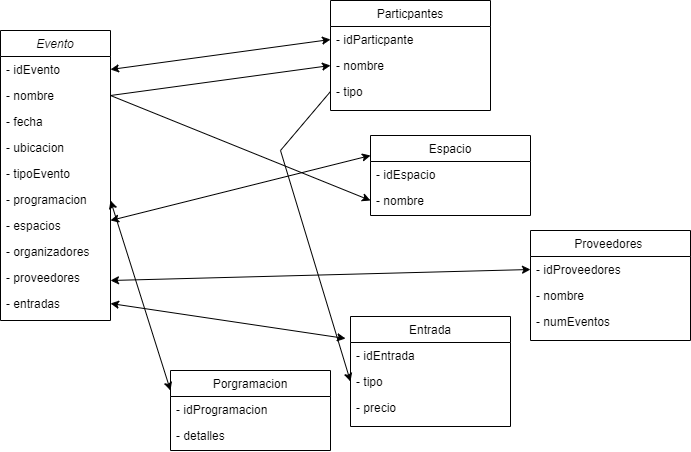
This is lib/Diagrama sin título.drawio.png from Xrivera27/Fronted, a draw.io export, as it was before one commit. Source tidied: cells renumbered, new cells last; positions are measured from the earlier drawing's top-left corner, leaving out a move shared by most shapes.
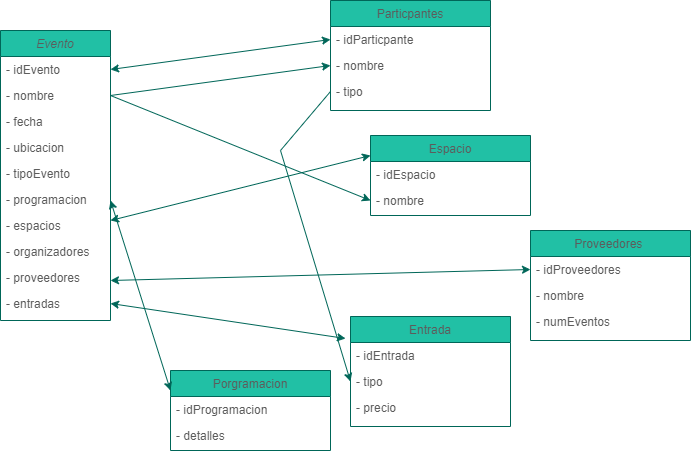
Later version of the same file.

The edit, as a diff of the source:
```diff
@@ -2,121 +2,121 @@
   <root>
     <mxCell id="0" />
     <mxCell id="1" parent="0" />
-    <mxCell id="2" value="Evento" style="swimlane;fontStyle=2;align=center;verticalAlign=top;horizontal=1;startSize=26;rounded=0;shadow=0;strokeWidth=1;labelBackgroundColor=none;" parent="1" vertex="1">
+    <mxCell id="2" value="Evento" style="swimlane;fontStyle=2;align=center;verticalAlign=top;horizontal=1;startSize=26;rounded=0;shadow=0;strokeWidth=1;labelBackgroundColor=none;fillColor=#21C0A5;strokeColor=#006658;fontColor=#5C5C5C;" parent="1" vertex="1">
       <mxGeometry y="30" width="110" height="290" as="geometry" />
     </mxCell>
-    <mxCell id="3" value="- idEvento" style="text;align=left;verticalAlign=top;spacingLeft=4;spacingRight=4;overflow=hidden;points=[[0,0.5],[1,0.5]];portConstraint=eastwest;labelBackgroundColor=none;rounded=0;" parent="2" vertex="1">
+    <mxCell id="3" value="- idEvento" style="text;align=left;verticalAlign=top;spacingLeft=4;spacingRight=4;overflow=hidden;points=[[0,0.5],[1,0.5]];portConstraint=eastwest;labelBackgroundColor=none;rounded=0;fontColor=#5C5C5C;" parent="2" vertex="1">
       <mxGeometry y="26" width="110" height="26" as="geometry" />
     </mxCell>
-    <mxCell id="4" value="- nombre&#10;" style="text;align=left;verticalAlign=top;spacingLeft=4;spacingRight=4;overflow=hidden;points=[[0,0.5],[1,0.5]];portConstraint=eastwest;rounded=0;shadow=0;html=0;labelBackgroundColor=none;" parent="2" vertex="1">
+    <mxCell id="4" value="- nombre&#10;" style="text;align=left;verticalAlign=top;spacingLeft=4;spacingRight=4;overflow=hidden;points=[[0,0.5],[1,0.5]];portConstraint=eastwest;rounded=0;shadow=0;html=0;labelBackgroundColor=none;fontColor=#5C5C5C;" parent="2" vertex="1">
       <mxGeometry y="52" width="110" height="26" as="geometry" />
     </mxCell>
-    <mxCell id="5" value="- fecha" style="text;align=left;verticalAlign=top;spacingLeft=4;spacingRight=4;overflow=hidden;rounded=0;shadow=0;html=0;labelBackgroundColor=none;" parent="2" vertex="1">
+    <mxCell id="5" value="- fecha" style="text;align=left;verticalAlign=top;spacingLeft=4;spacingRight=4;overflow=hidden;rounded=0;shadow=0;html=0;labelBackgroundColor=none;fontColor=#5C5C5C;" parent="2" vertex="1">
       <mxGeometry y="78" width="110" height="26" as="geometry" />
     </mxCell>
-    <mxCell id="6" value="- ubicacion" style="text;align=left;verticalAlign=top;spacingLeft=4;spacingRight=4;overflow=hidden;rounded=0;shadow=0;html=0;labelBackgroundColor=none;" parent="2" vertex="1">
+    <mxCell id="6" value="- ubicacion" style="text;align=left;verticalAlign=top;spacingLeft=4;spacingRight=4;overflow=hidden;rounded=0;shadow=0;html=0;labelBackgroundColor=none;fontColor=#5C5C5C;" parent="2" vertex="1">
       <mxGeometry y="104" width="110" height="26" as="geometry" />
     </mxCell>
-    <mxCell id="7" value="- tipoEvento" style="text;align=left;verticalAlign=top;spacingLeft=4;spacingRight=4;overflow=hidden;rounded=0;shadow=0;html=0;labelBackgroundColor=none;" parent="2" vertex="1">
+    <mxCell id="7" value="- tipoEvento" style="text;align=left;verticalAlign=top;spacingLeft=4;spacingRight=4;overflow=hidden;rounded=0;shadow=0;html=0;labelBackgroundColor=none;fontColor=#5C5C5C;" parent="2" vertex="1">
       <mxGeometry y="130" width="110" height="26" as="geometry" />
     </mxCell>
-    <mxCell id="8" value="- programacion" style="text;align=left;verticalAlign=top;spacingLeft=4;spacingRight=4;overflow=hidden;rounded=0;shadow=0;html=0;labelBackgroundColor=none;" parent="2" vertex="1">
+    <mxCell id="8" value="- programacion" style="text;align=left;verticalAlign=top;spacingLeft=4;spacingRight=4;overflow=hidden;rounded=0;shadow=0;html=0;labelBackgroundColor=none;fontColor=#5C5C5C;" parent="2" vertex="1">
       <mxGeometry y="156" width="110" height="26" as="geometry" />
     </mxCell>
-    <mxCell id="9" value="- espacios" style="text;align=left;verticalAlign=top;spacingLeft=4;spacingRight=4;overflow=hidden;rounded=0;shadow=0;html=0;labelBackgroundColor=none;" parent="2" vertex="1">
+    <mxCell id="9" value="- espacios" style="text;align=left;verticalAlign=top;spacingLeft=4;spacingRight=4;overflow=hidden;rounded=0;shadow=0;html=0;labelBackgroundColor=none;fontColor=#5C5C5C;" parent="2" vertex="1">
       <mxGeometry y="182" width="110" height="26" as="geometry" />
     </mxCell>
-    <mxCell id="10" value="- organizadores" style="text;align=left;verticalAlign=top;spacingLeft=4;spacingRight=4;overflow=hidden;rounded=0;shadow=0;html=0;labelBackgroundColor=none;" parent="2" vertex="1">
+    <mxCell id="10" value="- organizadores" style="text;align=left;verticalAlign=top;spacingLeft=4;spacingRight=4;overflow=hidden;rounded=0;shadow=0;html=0;labelBackgroundColor=none;fontColor=#5C5C5C;" parent="2" vertex="1">
       <mxGeometry y="208" width="110" height="26" as="geometry" />
     </mxCell>
-    <mxCell id="11" value="- proveedores" style="text;align=left;verticalAlign=top;spacingLeft=4;spacingRight=4;overflow=hidden;rounded=0;shadow=0;html=0;labelBackgroundColor=none;" parent="2" vertex="1">
+    <mxCell id="11" value="- proveedores" style="text;align=left;verticalAlign=top;spacingLeft=4;spacingRight=4;overflow=hidden;rounded=0;shadow=0;html=0;labelBackgroundColor=none;fontColor=#5C5C5C;" parent="2" vertex="1">
       <mxGeometry y="234" width="110" height="26" as="geometry" />
     </mxCell>
-    <mxCell id="12" value="- entradas" style="text;align=left;verticalAlign=top;spacingLeft=4;spacingRight=4;overflow=hidden;points=[[0,0.5],[1,0.5]];portConstraint=eastwest;rounded=0;shadow=0;html=0;labelBackgroundColor=none;" parent="2" vertex="1">
+    <mxCell id="12" value="- entradas" style="text;align=left;verticalAlign=top;spacingLeft=4;spacingRight=4;overflow=hidden;points=[[0,0.5],[1,0.5]];portConstraint=eastwest;rounded=0;shadow=0;html=0;labelBackgroundColor=none;fontColor=#5C5C5C;" parent="2" vertex="1">
       <mxGeometry y="260" width="110" height="26" as="geometry" />
     </mxCell>
-    <mxCell id="13" value="Particpantes" style="swimlane;fontStyle=0;align=center;verticalAlign=top;horizontal=1;startSize=26;rounded=0;shadow=0;strokeWidth=1;labelBackgroundColor=none;" parent="1" vertex="1">
+    <mxCell id="13" value="Particpantes" style="swimlane;fontStyle=0;align=center;verticalAlign=top;horizontal=1;startSize=26;rounded=0;shadow=0;strokeWidth=1;labelBackgroundColor=none;fillColor=#21C0A5;strokeColor=#006658;fontColor=#5C5C5C;" parent="1" vertex="1">
       <mxGeometry x="330" width="160" height="110" as="geometry" />
     </mxCell>
-    <mxCell id="14" value="- idParticpante" style="text;align=left;verticalAlign=top;spacingLeft=4;spacingRight=4;overflow=hidden;points=[[0,0.5],[1,0.5]];portConstraint=eastwest;labelBackgroundColor=none;rounded=0;" parent="13" vertex="1">
+    <mxCell id="14" value="- idParticpante" style="text;align=left;verticalAlign=top;spacingLeft=4;spacingRight=4;overflow=hidden;points=[[0,0.5],[1,0.5]];portConstraint=eastwest;labelBackgroundColor=none;rounded=0;fontColor=#5C5C5C;" parent="13" vertex="1">
       <mxGeometry y="26" width="160" height="26" as="geometry" />
     </mxCell>
-    <mxCell id="15" value="- nombre" style="text;align=left;verticalAlign=top;spacingLeft=4;spacingRight=4;overflow=hidden;points=[[0,0.5],[1,0.5]];portConstraint=eastwest;rounded=0;shadow=0;html=0;labelBackgroundColor=none;" parent="13" vertex="1">
+    <mxCell id="15" value="- nombre" style="text;align=left;verticalAlign=top;spacingLeft=4;spacingRight=4;overflow=hidden;points=[[0,0.5],[1,0.5]];portConstraint=eastwest;rounded=0;shadow=0;html=0;labelBackgroundColor=none;fontColor=#5C5C5C;" parent="13" vertex="1">
       <mxGeometry y="52" width="160" height="26" as="geometry" />
     </mxCell>
-    <mxCell id="16" value="- tipo" style="text;align=left;verticalAlign=top;spacingLeft=4;spacingRight=4;overflow=hidden;points=[[0,0.5],[1,0.5]];portConstraint=eastwest;rounded=0;shadow=0;html=0;labelBackgroundColor=none;" parent="13" vertex="1">
+    <mxCell id="16" value="- tipo" style="text;align=left;verticalAlign=top;spacingLeft=4;spacingRight=4;overflow=hidden;points=[[0,0.5],[1,0.5]];portConstraint=eastwest;rounded=0;shadow=0;html=0;labelBackgroundColor=none;fontColor=#5C5C5C;" parent="13" vertex="1">
       <mxGeometry y="78" width="160" height="26" as="geometry" />
     </mxCell>
-    <mxCell id="17" value="Proveedores " style="swimlane;fontStyle=0;align=center;verticalAlign=top;horizontal=1;startSize=26;rounded=0;shadow=0;strokeWidth=1;labelBackgroundColor=none;" parent="1" vertex="1">
+    <mxCell id="17" value="Proveedores " style="swimlane;fontStyle=0;align=center;verticalAlign=top;horizontal=1;startSize=26;rounded=0;shadow=0;strokeWidth=1;labelBackgroundColor=none;fillColor=#21C0A5;strokeColor=#006658;fontColor=#5C5C5C;" parent="1" vertex="1">
       <mxGeometry x="530" y="230" width="160" height="110" as="geometry" />
     </mxCell>
-    <mxCell id="18" value="- idProveedores" style="text;align=left;verticalAlign=top;spacingLeft=4;spacingRight=4;overflow=hidden;points=[[0,0.5],[1,0.5]];portConstraint=eastwest;labelBackgroundColor=none;rounded=0;" parent="17" vertex="1">
+    <mxCell id="18" value="- idProveedores" style="text;align=left;verticalAlign=top;spacingLeft=4;spacingRight=4;overflow=hidden;points=[[0,0.5],[1,0.5]];portConstraint=eastwest;labelBackgroundColor=none;rounded=0;fontColor=#5C5C5C;" parent="17" vertex="1">
       <mxGeometry y="26" width="160" height="26" as="geometry" />
     </mxCell>
-    <mxCell id="19" value="- nombre" style="text;align=left;verticalAlign=top;spacingLeft=4;spacingRight=4;overflow=hidden;rounded=0;shadow=0;html=0;labelBackgroundColor=none;" parent="17" vertex="1">
+    <mxCell id="19" value="- nombre" style="text;align=left;verticalAlign=top;spacingLeft=4;spacingRight=4;overflow=hidden;rounded=0;shadow=0;html=0;labelBackgroundColor=none;fontColor=#5C5C5C;" parent="17" vertex="1">
       <mxGeometry y="52" width="160" height="26" as="geometry" />
     </mxCell>
-    <mxCell id="20" value="- numEventos" style="text;align=left;verticalAlign=top;spacingLeft=4;spacingRight=4;overflow=hidden;rounded=0;shadow=0;html=0;labelBackgroundColor=none;" parent="17" vertex="1">
+    <mxCell id="20" value="- numEventos" style="text;align=left;verticalAlign=top;spacingLeft=4;spacingRight=4;overflow=hidden;rounded=0;shadow=0;html=0;labelBackgroundColor=none;fontColor=#5C5C5C;" parent="17" vertex="1">
       <mxGeometry y="78" width="160" height="26" as="geometry" />
     </mxCell>
-    <mxCell id="21" value="Entrada" style="swimlane;fontStyle=0;align=center;verticalAlign=top;horizontal=1;startSize=26;rounded=0;shadow=0;strokeWidth=1;labelBackgroundColor=none;" parent="1" vertex="1">
+    <mxCell id="21" value="Entrada" style="swimlane;fontStyle=0;align=center;verticalAlign=top;horizontal=1;startSize=26;rounded=0;shadow=0;strokeWidth=1;labelBackgroundColor=none;fillColor=#21C0A5;strokeColor=#006658;fontColor=#5C5C5C;" parent="1" vertex="1">
       <mxGeometry x="350" y="316" width="160" height="110" as="geometry" />
     </mxCell>
-    <mxCell id="22" value="- idEntrada" style="text;align=left;verticalAlign=top;spacingLeft=4;spacingRight=4;overflow=hidden;labelBackgroundColor=none;rounded=0;" parent="21" vertex="1">
+    <mxCell id="22" value="- idEntrada" style="text;align=left;verticalAlign=top;spacingLeft=4;spacingRight=4;overflow=hidden;labelBackgroundColor=none;rounded=0;fontColor=#5C5C5C;" parent="21" vertex="1">
       <mxGeometry y="26" width="160" height="26" as="geometry" />
     </mxCell>
-    <mxCell id="23" value="- tipo" style="text;align=left;verticalAlign=top;spacingLeft=4;spacingRight=4;overflow=hidden;points=[[0,0.5],[1,0.5]];portConstraint=eastwest;rounded=0;shadow=0;html=0;labelBackgroundColor=none;" parent="21" vertex="1">
+    <mxCell id="23" value="- tipo" style="text;align=left;verticalAlign=top;spacingLeft=4;spacingRight=4;overflow=hidden;points=[[0,0.5],[1,0.5]];portConstraint=eastwest;rounded=0;shadow=0;html=0;labelBackgroundColor=none;fontColor=#5C5C5C;" parent="21" vertex="1">
       <mxGeometry y="52" width="160" height="26" as="geometry" />
     </mxCell>
-    <mxCell id="24" value="- precio" style="text;align=left;verticalAlign=top;spacingLeft=4;spacingRight=4;overflow=hidden;rounded=0;shadow=0;html=0;labelBackgroundColor=none;" parent="21" vertex="1">
+    <mxCell id="24" value="- precio" style="text;align=left;verticalAlign=top;spacingLeft=4;spacingRight=4;overflow=hidden;rounded=0;shadow=0;html=0;labelBackgroundColor=none;fontColor=#5C5C5C;" parent="21" vertex="1">
       <mxGeometry y="78" width="160" height="26" as="geometry" />
     </mxCell>
-    <mxCell id="25" value="Espacio" style="swimlane;fontStyle=0;align=center;verticalAlign=top;horizontal=1;startSize=26;rounded=0;shadow=0;strokeWidth=1;labelBackgroundColor=none;" parent="1" vertex="1">
+    <mxCell id="25" value="Espacio" style="swimlane;fontStyle=0;align=center;verticalAlign=top;horizontal=1;startSize=26;rounded=0;shadow=0;strokeWidth=1;labelBackgroundColor=none;fillColor=#21C0A5;strokeColor=#006658;fontColor=#5C5C5C;" parent="1" vertex="1">
       <mxGeometry x="370" y="135" width="160" height="80" as="geometry" />
     </mxCell>
-    <mxCell id="26" value="- idEspacio" style="text;align=left;verticalAlign=top;spacingLeft=4;spacingRight=4;overflow=hidden;labelBackgroundColor=none;rounded=0;" parent="25" vertex="1">
+    <mxCell id="26" value="- idEspacio" style="text;align=left;verticalAlign=top;spacingLeft=4;spacingRight=4;overflow=hidden;labelBackgroundColor=none;rounded=0;fontColor=#5C5C5C;" parent="25" vertex="1">
       <mxGeometry y="26" width="160" height="26" as="geometry" />
     </mxCell>
-    <mxCell id="27" value="- nombre" style="text;align=left;verticalAlign=top;spacingLeft=4;spacingRight=4;overflow=hidden;points=[[0,0.5],[1,0.5]];portConstraint=eastwest;rounded=0;shadow=0;html=0;labelBackgroundColor=none;" parent="25" vertex="1">
+    <mxCell id="27" value="- nombre" style="text;align=left;verticalAlign=top;spacingLeft=4;spacingRight=4;overflow=hidden;points=[[0,0.5],[1,0.5]];portConstraint=eastwest;rounded=0;shadow=0;html=0;labelBackgroundColor=none;fontColor=#5C5C5C;" parent="25" vertex="1">
       <mxGeometry y="52" width="160" height="26" as="geometry" />
     </mxCell>
-    <mxCell id="28" value="Porgramacion" style="swimlane;fontStyle=0;align=center;verticalAlign=top;horizontal=1;startSize=26;rounded=0;shadow=0;strokeWidth=1;labelBackgroundColor=none;" parent="1" vertex="1">
+    <mxCell id="28" value="Porgramacion" style="swimlane;fontStyle=0;align=center;verticalAlign=top;horizontal=1;startSize=26;rounded=0;shadow=0;strokeWidth=1;labelBackgroundColor=none;fillColor=#21C0A5;strokeColor=#006658;fontColor=#5C5C5C;" parent="1" vertex="1">
       <mxGeometry x="170" y="370" width="160" height="80" as="geometry" />
     </mxCell>
-    <mxCell id="29" value="- idProgramacion" style="text;align=left;verticalAlign=top;spacingLeft=4;spacingRight=4;overflow=hidden;labelBackgroundColor=none;rounded=0;" parent="28" vertex="1">
+    <mxCell id="29" value="- idProgramacion" style="text;align=left;verticalAlign=top;spacingLeft=4;spacingRight=4;overflow=hidden;labelBackgroundColor=none;rounded=0;fontColor=#5C5C5C;" parent="28" vertex="1">
       <mxGeometry y="26" width="160" height="26" as="geometry" />
     </mxCell>
-    <mxCell id="30" value="- detalles" style="text;align=left;verticalAlign=top;spacingLeft=4;spacingRight=4;overflow=hidden;rounded=0;shadow=0;html=0;labelBackgroundColor=none;" parent="28" vertex="1">
+    <mxCell id="30" value="- detalles" style="text;align=left;verticalAlign=top;spacingLeft=4;spacingRight=4;overflow=hidden;rounded=0;shadow=0;html=0;labelBackgroundColor=none;fontColor=#5C5C5C;" parent="28" vertex="1">
       <mxGeometry y="52" width="160" height="26" as="geometry" />
     </mxCell>
-    <mxCell id="31" style="endArrow=classic;startArrow=classic;html=1;rounded=0;entryX=0;entryY=0.5;entryDx=0;entryDy=0;exitX=1;exitY=0.5;exitDx=0;exitDy=0;labelBackgroundColor=none;fontColor=default;" parent="1" edge="1" source="3" target="14">
+    <mxCell id="31" style="endArrow=classic;startArrow=classic;html=1;rounded=0;entryX=0;entryY=0.5;entryDx=0;entryDy=0;exitX=1;exitY=0.5;exitDx=0;exitDy=0;labelBackgroundColor=none;fontColor=default;strokeColor=#006658;" parent="1" edge="1" source="3" target="14">
       <mxGeometry relative="1" as="geometry" />
     </mxCell>
-    <mxCell id="32" style="endArrow=classic;startArrow=classic;html=1;rounded=0;entryX=-0.031;entryY=0.2;entryDx=0;entryDy=0;entryPerimeter=0;exitX=1;exitY=0.5;exitDx=0;exitDy=0;labelBackgroundColor=none;fontColor=default;" parent="1" edge="1" source="12" target="21">
+    <mxCell id="32" style="endArrow=classic;startArrow=classic;html=1;rounded=0;entryX=-0.031;entryY=0.2;entryDx=0;entryDy=0;entryPerimeter=0;exitX=1;exitY=0.5;exitDx=0;exitDy=0;labelBackgroundColor=none;fontColor=default;strokeColor=#006658;" parent="1" edge="1" source="12" target="21">
       <mxGeometry relative="1" as="geometry" />
     </mxCell>
-    <mxCell id="33" style="endArrow=classic;startArrow=classic;html=1;rounded=0;entryX=0;entryY=0.25;entryDx=0;entryDy=0;labelBackgroundColor=none;fontColor=default;" parent="1" edge="1" target="28">
+    <mxCell id="33" style="endArrow=classic;startArrow=classic;html=1;rounded=0;entryX=0;entryY=0.25;entryDx=0;entryDy=0;labelBackgroundColor=none;fontColor=default;strokeColor=#006658;" parent="1" edge="1" target="28">
       <mxGeometry relative="1" as="geometry">
         <mxPoint x="110" y="200" as="sourcePoint" />
       </mxGeometry>
     </mxCell>
-    <mxCell id="34" style="endArrow=classic;startArrow=classic;html=1;rounded=0;entryX=0;entryY=0.5;entryDx=0;entryDy=0;labelBackgroundColor=none;fontColor=default;" parent="1" edge="1" target="18">
+    <mxCell id="34" style="endArrow=classic;startArrow=classic;html=1;rounded=0;entryX=0;entryY=0.5;entryDx=0;entryDy=0;labelBackgroundColor=none;fontColor=default;strokeColor=#006658;" parent="1" edge="1" target="18">
       <mxGeometry relative="1" as="geometry">
         <mxPoint x="110" y="280" as="sourcePoint" />
       </mxGeometry>
     </mxCell>
-    <mxCell id="35" style="endArrow=classic;startArrow=classic;html=1;rounded=0;entryX=0;entryY=0.25;entryDx=0;entryDy=0;labelBackgroundColor=none;fontColor=default;" parent="1" edge="1" target="25">
+    <mxCell id="35" style="endArrow=classic;startArrow=classic;html=1;rounded=0;entryX=0;entryY=0.25;entryDx=0;entryDy=0;labelBackgroundColor=none;fontColor=default;strokeColor=#006658;" parent="1" edge="1" target="25">
       <mxGeometry relative="1" as="geometry">
         <mxPoint x="110" y="220" as="sourcePoint" />
       </mxGeometry>
     </mxCell>
-    <mxCell id="36" style="endArrow=classic;html=1;rounded=0;exitX=1;exitY=0.5;exitDx=0;exitDy=0;entryX=0;entryY=0.5;entryDx=0;entryDy=0;labelBackgroundColor=none;fontColor=default;" parent="1" edge="1" source="4" target="15">
+    <mxCell id="36" style="endArrow=classic;html=1;rounded=0;exitX=1;exitY=0.5;exitDx=0;exitDy=0;entryX=0;entryY=0.5;entryDx=0;entryDy=0;labelBackgroundColor=none;fontColor=default;strokeColor=#006658;" parent="1" edge="1" source="4" target="15">
       <mxGeometry relative="1" as="geometry" />
     </mxCell>
-    <mxCell id="37" style="endArrow=classic;html=1;rounded=0;exitX=1;exitY=0.5;exitDx=0;exitDy=0;entryX=0;entryY=0.5;entryDx=0;entryDy=0;labelBackgroundColor=none;fontColor=default;" parent="1" edge="1" source="4" target="27">
+    <mxCell id="37" style="endArrow=classic;html=1;rounded=0;exitX=1;exitY=0.5;exitDx=0;exitDy=0;entryX=0;entryY=0.5;entryDx=0;entryDy=0;labelBackgroundColor=none;fontColor=default;strokeColor=#006658;" parent="1" edge="1" source="4" target="27">
       <mxGeometry relative="1" as="geometry" />
     </mxCell>
-    <mxCell id="38" style="endArrow=classic;html=1;rounded=0;exitX=0;exitY=0.5;exitDx=0;exitDy=0;entryX=0;entryY=0.5;entryDx=0;entryDy=0;labelBackgroundColor=none;fontColor=default;" parent="1" edge="1" source="16" target="23">
+    <mxCell id="38" style="endArrow=classic;html=1;rounded=0;exitX=0;exitY=0.5;exitDx=0;exitDy=0;entryX=0;entryY=0.5;entryDx=0;entryDy=0;labelBackgroundColor=none;fontColor=default;strokeColor=#006658;" parent="1" edge="1" source="16" target="23">
       <mxGeometry relative="1" as="geometry">
         <Array as="points">
           <mxPoint x="280" y="150" />
```
